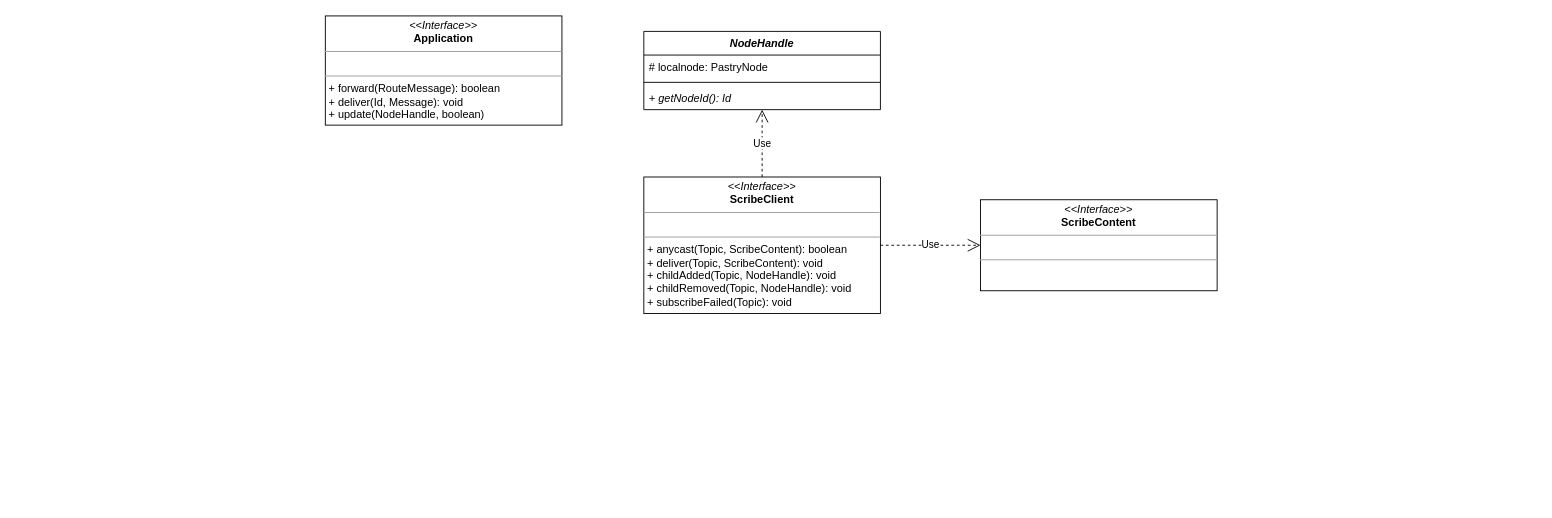
This is Scribe.drawio from OneOverThree/PastryTest, a draw.io file, before an edit. Source tidied: cells renumbered, new cells numbered last; positions are measured from the earlier drawing's top-left corner, leaving out a move shared by most shapes. Both pictures are drawn from the tidied source at 91%, with x=0, y=0 at pixel (325, 15).
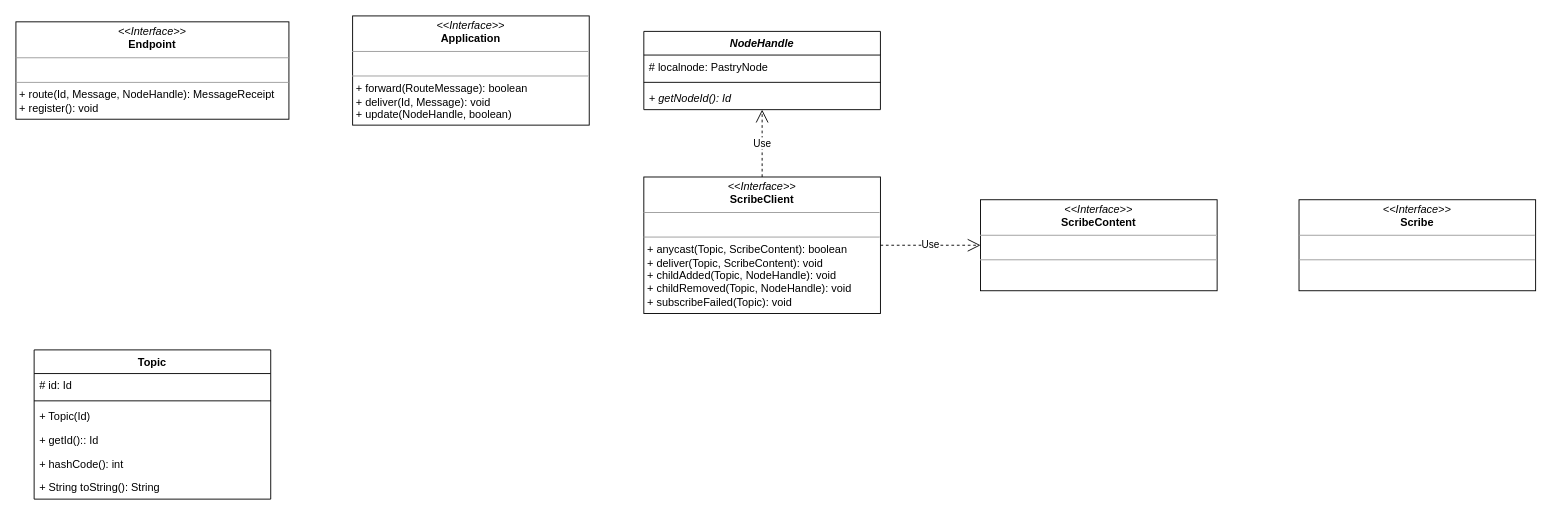
Above is the later version.

The edit, as a diff of the source:
```diff
@@
 <mxGraphModel>
   <root>
     <mxCell id="0" />
     <mxCell id="1" parent="0" />
     <mxCell id="2" value="&lt;p style=&quot;margin:0px;margin-top:4px;text-align:center;&quot;&gt;&lt;i&gt;&amp;lt;&amp;lt;Interface&amp;gt;&amp;gt;&lt;/i&gt;&lt;br&gt;&lt;b&gt;Application&lt;/b&gt;&lt;br&gt;&lt;/p&gt;&lt;hr size=&quot;1&quot;&gt;&lt;p style=&quot;margin:0px;margin-left:4px;&quot;&gt;&lt;br&gt;&lt;/p&gt;&lt;hr size=&quot;1&quot;&gt;&lt;p style=&quot;margin:0px;margin-left:4px;&quot;&gt;+ forward(RouteMessage): boolean&lt;br&gt;&lt;/p&gt;&lt;p style=&quot;margin:0px;margin-left:4px;&quot;&gt;+ deliver(Id, Message)&lt;span style=&quot;background-color: initial;&quot;&gt;: void&lt;/span&gt;&lt;/p&gt;&lt;p style=&quot;margin:0px;margin-left:4px;&quot;&gt;&lt;span style=&quot;background-color: initial;&quot;&gt;+ update(NodeHandle, boolean)&lt;/span&gt;&lt;/p&gt;" style="verticalAlign=top;align=left;overflow=fill;fontSize=12;fontFamily=Helvetica;html=1;rounded=0;shadow=0;comic=0;labelBackgroundColor=none;strokeWidth=1;" parent="1" vertex="1">
-      <mxGeometry width="260" height="120" as="geometry" />
+      <mxGeometry x="30" width="260" height="120" as="geometry" />
     </mxCell>
     <mxCell id="3" value="&lt;p style=&quot;margin:0px;margin-top:4px;text-align:center;&quot;&gt;&lt;i&gt;&amp;lt;&amp;lt;Interface&amp;gt;&amp;gt;&lt;/i&gt;&lt;br&gt;&lt;b&gt;ScribeClient&lt;/b&gt;&lt;br&gt;&lt;/p&gt;&lt;hr size=&quot;1&quot;&gt;&lt;p style=&quot;margin:0px;margin-left:4px;&quot;&gt;&lt;br&gt;&lt;/p&gt;&lt;hr size=&quot;1&quot;&gt;&lt;p style=&quot;margin:0px;margin-left:4px;&quot;&gt;+ anycast(Topic, ScribeContent): boolean&lt;br&gt;&lt;/p&gt;&lt;p style=&quot;margin:0px;margin-left:4px;&quot;&gt;+ deliver(Topic, ScribeContent)&lt;span style=&quot;background-color: initial;&quot;&gt;: void&lt;/span&gt;&lt;/p&gt;&lt;p style=&quot;margin:0px;margin-left:4px;&quot;&gt;&lt;span style=&quot;background-color: initial;&quot;&gt;+ childAdded(Topic, NodeHandle): void&lt;/span&gt;&lt;/p&gt;&lt;p style=&quot;margin:0px;margin-left:4px;&quot;&gt;&lt;span style=&quot;background-color: initial;&quot;&gt;+ childRemoved(Topic, NodeHandle): void&lt;/span&gt;&lt;/p&gt;&lt;p style=&quot;margin:0px;margin-left:4px;&quot;&gt;&lt;span style=&quot;background-color: initial;&quot;&gt;+ subscribeFailed(Topic): void&lt;/span&gt;&lt;/p&gt;" style="verticalAlign=top;align=left;overflow=fill;fontSize=12;fontFamily=Helvetica;html=1;rounded=0;shadow=0;comic=0;labelBackgroundColor=none;strokeWidth=1;" parent="1" vertex="1">
       <mxGeometry x="350" y="177" width="260" height="150" as="geometry" />
     </mxCell>
     <mxCell id="4" value="NodeHandle" style="swimlane;fontStyle=3;align=center;verticalAlign=top;horizontal=1;startSize=26;" parent="1" vertex="1">
       <mxGeometry x="350" y="17" width="260" height="86" as="geometry" />
     </mxCell>
     <mxCell id="5" value="# localnode: PastryNode" style="text;strokeColor=none;fillColor=none;align=left;verticalAlign=top;spacingLeft=4;spacingRight=4;overflow=hidden;" parent="4" vertex="1">
       <mxGeometry y="26" width="260" height="26" as="geometry" />
     </mxCell>
     <mxCell id="6" style="line;strokeWidth=1;fillColor=none;align=left;verticalAlign=middle;spacingTop=-1;spacingLeft=3;spacingRight=3;labelPosition=right;strokeColor=inherit;" parent="4" vertex="1">
       <mxGeometry y="52" width="260" height="8" as="geometry" />
     </mxCell>
     <mxCell id="7" value="+ getNodeId(): Id" style="text;strokeColor=none;fillColor=none;align=left;verticalAlign=top;spacingLeft=4;spacingRight=4;overflow=hidden;fontStyle=2;" parent="4" vertex="1">
       <mxGeometry y="60" width="260" height="26" as="geometry" />
     </mxCell>
     <mxCell id="8" value="&lt;p style=&quot;margin:0px;margin-top:4px;text-align:center;&quot;&gt;&lt;i&gt;&amp;lt;&amp;lt;Interface&amp;gt;&amp;gt;&lt;/i&gt;&lt;br&gt;&lt;b&gt;ScribeContent&lt;/b&gt;&lt;br&gt;&lt;/p&gt;&lt;hr size=&quot;1&quot;&gt;&lt;p style=&quot;margin:0px;margin-left:4px;&quot;&gt;&lt;br&gt;&lt;/p&gt;&lt;hr size=&quot;1&quot;&gt;&lt;p style=&quot;margin:0px;margin-left:4px;&quot;&gt;&lt;br&gt;&lt;/p&gt;" style="verticalAlign=top;align=left;overflow=fill;fontSize=12;fontFamily=Helvetica;html=1;rounded=0;shadow=0;comic=0;labelBackgroundColor=none;strokeWidth=1;" parent="1" vertex="1">
       <mxGeometry x="720" y="202" width="260" height="100" as="geometry" />
     </mxCell>
     <mxCell id="9" value="Use" style="endArrow=open;endSize=12;dashed=1;html=1;rounded=0;exitX=0.5;exitY=0;exitDx=0;exitDy=0;" parent="1" edge="1" source="3" target="4">
       <mxGeometry relative="1" as="geometry" />
     </mxCell>
     <mxCell id="10" value="Use" style="endArrow=open;endSize=12;dashed=1;html=1;rounded=0;" parent="1" edge="1" source="3" target="8">
       <mxGeometry relative="1" as="geometry" />
     </mxCell>
+    <mxCell id="11" value="Topic" style="swimlane;fontStyle=1;align=center;verticalAlign=top;horizontal=1;startSize=26;" parent="1" vertex="1">
+      <mxGeometry x="-320" y="367" width="260" height="164" as="geometry" />
+    </mxCell>
+    <mxCell id="12" value="# id: Id" style="text;strokeColor=none;fillColor=none;align=left;verticalAlign=top;spacingLeft=4;spacingRight=4;overflow=hidden;" parent="11" vertex="1">
+      <mxGeometry y="26" width="260" height="26" as="geometry" />
+    </mxCell>
+    <mxCell id="13" style="line;strokeWidth=1;fillColor=none;align=left;verticalAlign=middle;spacingTop=-1;spacingLeft=3;spacingRight=3;labelPosition=right;strokeColor=inherit;" parent="11" vertex="1">
+      <mxGeometry y="52" width="260" height="8" as="geometry" />
+    </mxCell>
+    <mxCell id="14" value="+ Topic(Id)" style="text;strokeColor=none;fillColor=none;align=left;verticalAlign=top;spacingLeft=4;spacingRight=4;overflow=hidden;fontStyle=0;" parent="11" vertex="1">
+      <mxGeometry y="60" width="260" height="26" as="geometry" />
+    </mxCell>
+    <mxCell id="15" value="+ getId():: Id" style="text;strokeColor=none;fillColor=none;align=left;verticalAlign=top;spacingLeft=4;spacingRight=4;overflow=hidden;fontStyle=0;" parent="11" vertex="1">
+      <mxGeometry y="86" width="260" height="26" as="geometry" />
+    </mxCell>
+    <mxCell id="16" value="+ hashCode(): int" style="text;strokeColor=none;fillColor=none;align=left;verticalAlign=top;spacingLeft=4;spacingRight=4;overflow=hidden;fontStyle=0;" parent="11" vertex="1">
+      <mxGeometry y="112" width="260" height="26" as="geometry" />
+    </mxCell>
+    <mxCell id="17" value="+ String toString(): String" style="text;strokeColor=none;fillColor=none;align=left;verticalAlign=top;spacingLeft=4;spacingRight=4;overflow=hidden;fontStyle=0;" parent="11" vertex="1">
+      <mxGeometry y="138" width="260" height="26" as="geometry" />
+    </mxCell>
+    <mxCell id="18" value="&lt;p style=&quot;margin:0px;margin-top:4px;text-align:center;&quot;&gt;&lt;i&gt;&amp;lt;&amp;lt;Interface&amp;gt;&amp;gt;&lt;/i&gt;&lt;br&gt;&lt;b&gt;Endpoint&lt;/b&gt;&lt;br&gt;&lt;/p&gt;&lt;hr size=&quot;1&quot;&gt;&lt;p style=&quot;margin:0px;margin-left:4px;&quot;&gt;&lt;br&gt;&lt;/p&gt;&lt;hr size=&quot;1&quot;&gt;&lt;p style=&quot;margin:0px;margin-left:4px;&quot;&gt;+ route(Id, Message, NodeHandle): MessageReceipt&lt;br&gt;&lt;/p&gt;&lt;p style=&quot;margin:0px;margin-left:4px;&quot;&gt;+&amp;nbsp;register()&lt;span style=&quot;background-color: initial;&quot;&gt;: void&lt;/span&gt;&lt;/p&gt;" style="verticalAlign=top;align=left;overflow=fill;fontSize=12;fontFamily=Helvetica;html=1;rounded=0;shadow=0;comic=0;labelBackgroundColor=none;strokeWidth=1;" parent="1" vertex="1">
+      <mxGeometry x="-340" y="6.5" width="300" height="107" as="geometry" />
+    </mxCell>
+    <mxCell id="19" value="&lt;p style=&quot;margin:0px;margin-top:4px;text-align:center;&quot;&gt;&lt;i&gt;&amp;lt;&amp;lt;Interface&amp;gt;&amp;gt;&lt;/i&gt;&lt;br&gt;&lt;b&gt;Scribe&lt;/b&gt;&lt;br&gt;&lt;/p&gt;&lt;hr size=&quot;1&quot;&gt;&lt;p style=&quot;margin:0px;margin-left:4px;&quot;&gt;&lt;br&gt;&lt;/p&gt;&lt;hr size=&quot;1&quot;&gt;&lt;p style=&quot;margin:0px;margin-left:4px;&quot;&gt;&lt;br&gt;&lt;/p&gt;" style="verticalAlign=top;align=left;overflow=fill;fontSize=12;fontFamily=Helvetica;html=1;rounded=0;shadow=0;comic=0;labelBackgroundColor=none;strokeWidth=1;" parent="1" vertex="1">
+      <mxGeometry x="1070" y="202" width="260" height="100" as="geometry" />
+    </mxCell>
   </root>
 </mxGraphModel>
```
